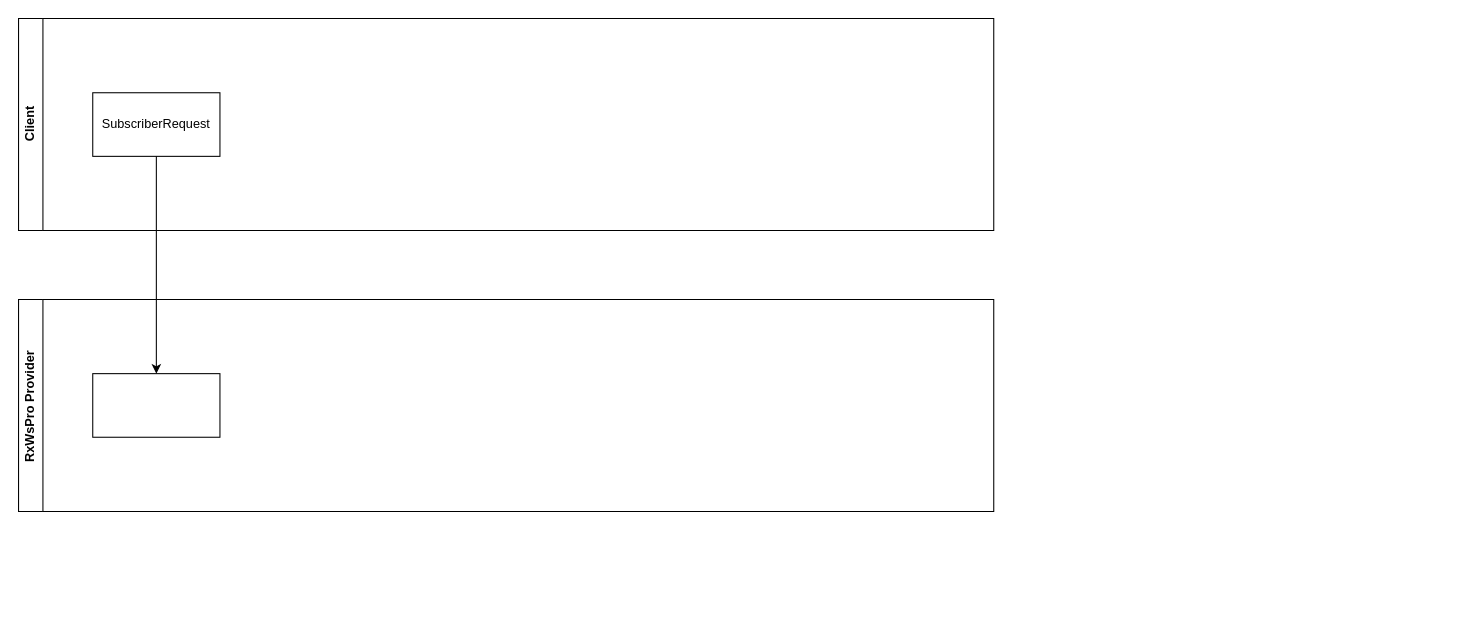
The draw.io diagram schema/reactive-websocket-protocol-schemas.drawio in Nurislom373/Nimble, before the edit. Source tidied: cells renumbered, new cells numbered last; positions are measured from the earlier drawing's top-left corner, leaving out a move shared by most shapes. Both pictures are drawn from the tidied source at 106%, with x=0, y=0 at pixel (18, 18).
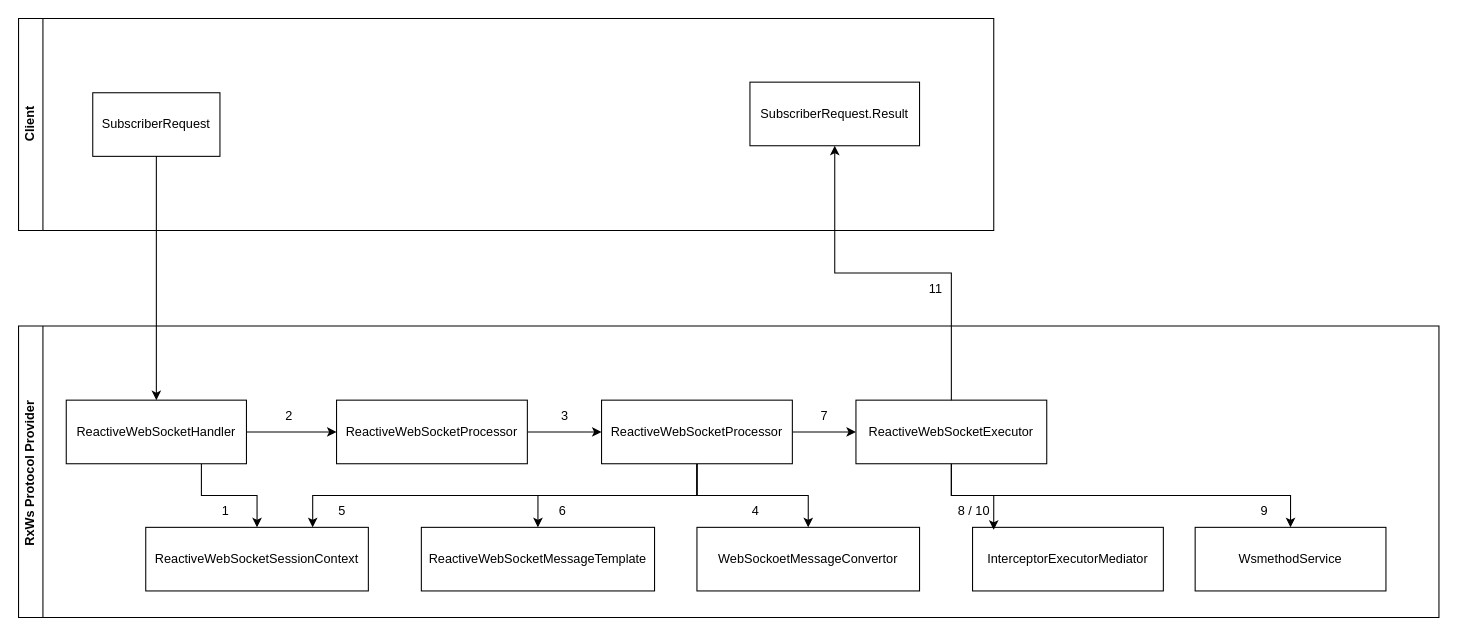
The same diagram, later.

Commit message (it also covers changes not shown here):
добавлен draw.io schema. #08-18

Unchanged cells that the change refers to:
```xml
<mxCell id="2" value="Client" style="swimlane;horizontal=0;whiteSpace=wrap;html=1;" parent="1" vertex="1">
  <mxGeometry width="920" height="200" as="geometry" />
</mxCell>
```

Change to the diagram source:
```diff
@@
+    <mxCell id="7" value="SubscriberRequest.Result" style="rounded=0;whiteSpace=wrap;html=1;" parent="2" vertex="1">
+      <mxGeometry x="690" y="60" width="160" height="60" as="geometry" />
+    </mxCell>
-    <mxCell id="4" value="RxWsPro Provider&amp;nbsp;" style="swimlane;horizontal=0;whiteSpace=wrap;html=1;" parent="1" vertex="1">
-      <mxGeometry y="265" width="920" height="200" as="geometry" />
+    <mxCell id="4" value="RxWs Protocol Provider&amp;nbsp;" style="swimlane;horizontal=0;whiteSpace=wrap;html=1;" parent="1" vertex="1">
+      <mxGeometry y="290" width="1340" height="275" as="geometry" />
     </mxCell>
+    <mxCell id="8" style="edgeStyle=orthogonalEdgeStyle;rounded=0;jettySize=auto;html=1;exitX=0.75;exitY=1;exitDx=0;exitDy=0;" parent="4" edge="1" source="5" target="10">
+      <mxGeometry relative="1" as="geometry" />
+    </mxCell>
+    <mxCell id="9" style="edgeStyle=orthogonalEdgeStyle;rounded=0;jettySize=auto;html=1;entryX=0;entryY=0.5;entryDx=0;entryDy=0;" parent="4" edge="1" source="5" target="12">
+      <mxGeometry relative="1" as="geometry" />
+    </mxCell>
-    <mxCell id="5" style="rounded=0;whiteSpace=wrap;html=1;" parent="4" vertex="1">
-      <mxGeometry x="70" y="70" width="120" height="60" as="geometry" />
+    <mxCell id="5" value="ReactiveWebSocketHandler" style="rounded=0;whiteSpace=wrap;html=1;" parent="4" vertex="1">
+      <mxGeometry x="45" y="70" width="170" height="60" as="geometry" />
     </mxCell>
+    <mxCell id="10" value="ReactiveWebSocketSessionContext" style="rounded=0;whiteSpace=wrap;html=1;" parent="4" vertex="1">
+      <mxGeometry x="120" y="190" width="210" height="60" as="geometry" />
+    </mxCell>
+    <mxCell id="11" style="edgeStyle=orthogonalEdgeStyle;rounded=0;jettySize=auto;html=1;entryX=0;entryY=0.5;entryDx=0;entryDy=0;" parent="4" edge="1" source="12" target="19">
+      <mxGeometry relative="1" as="geometry" />
+    </mxCell>
+    <mxCell id="12" value="ReactiveWebSocketProcessor" style="rounded=0;whiteSpace=wrap;html=1;" parent="4" vertex="1">
+      <mxGeometry x="300" y="70" width="180" height="60" as="geometry" />
+    </mxCell>
+    <mxCell id="13" value="1" style="text;html=1;align=center;verticalAlign=middle;strokeColor=none;fillColor=none;" parent="4" vertex="1">
+      <mxGeometry x="180" y="160" width="30" height="30" as="geometry" />
+    </mxCell>
+    <mxCell id="14" value="2" style="text;html=1;align=center;verticalAlign=middle;strokeColor=none;fillColor=none;" parent="4" vertex="1">
+      <mxGeometry x="240" y="70" width="30" height="30" as="geometry" />
+    </mxCell>
+    <mxCell id="15" style="edgeStyle=orthogonalEdgeStyle;rounded=0;jettySize=auto;html=1;entryX=0;entryY=0.5;entryDx=0;entryDy=0;" parent="4" edge="1" source="19" target="22">
+      <mxGeometry relative="1" as="geometry" />
+    </mxCell>
+    <mxCell id="16" style="edgeStyle=orthogonalEdgeStyle;rounded=0;jettySize=auto;html=1;entryX=0.5;entryY=0;entryDx=0;entryDy=0;" parent="4" edge="1" source="19" target="24">
+      <mxGeometry relative="1" as="geometry" />
+    </mxCell>
+    <mxCell id="17" style="edgeStyle=orthogonalEdgeStyle;rounded=0;jettySize=auto;html=1;entryX=0.75;entryY=0;entryDx=0;entryDy=0;" parent="4" edge="1" source="19" target="10">
+      <mxGeometry relative="1" as="geometry">
+        <Array as="points">
+          <mxPoint x="640" y="160" />
+          <mxPoint x="278" y="160" />
+        </Array>
+      </mxGeometry>
+    </mxCell>
+    <mxCell id="18" style="edgeStyle=orthogonalEdgeStyle;rounded=0;jettySize=auto;html=1;entryX=0.5;entryY=0;entryDx=0;entryDy=0;" parent="4" edge="1" source="19" target="23">
+      <mxGeometry relative="1" as="geometry" />
+    </mxCell>
+    <mxCell id="19" value="ReactiveWebSocketProcessor" style="rounded=0;whiteSpace=wrap;html=1;" parent="4" vertex="1">
+      <mxGeometry x="550" y="70" width="180" height="60" as="geometry" />
+    </mxCell>
+    <mxCell id="20" value="3" style="text;html=1;align=center;verticalAlign=middle;strokeColor=none;fillColor=none;" parent="4" vertex="1">
+      <mxGeometry x="500" y="70" width="30" height="30" as="geometry" />
+    </mxCell>
+    <mxCell id="21" style="edgeStyle=orthogonalEdgeStyle;rounded=0;jettySize=auto;html=1;entryX=0.5;entryY=0;entryDx=0;entryDy=0;" parent="4" edge="1" source="22" target="32">
+      <mxGeometry relative="1" as="geometry">
+        <Array as="points">
+          <mxPoint x="880" y="160" />
+          <mxPoint x="1200" y="160" />
+        </Array>
+      </mxGeometry>
+    </mxCell>
+    <mxCell id="22" value="ReactiveWebSocketExecutor" style="rounded=0;whiteSpace=wrap;html=1;" parent="4" vertex="1">
+      <mxGeometry x="790" y="70" width="180" height="60" as="geometry" />
+    </mxCell>
+    <mxCell id="23" value="ReactiveWebSocketMessageTemplate" style="rounded=0;whiteSpace=wrap;html=1;" parent="4" vertex="1">
+      <mxGeometry x="380" y="190" width="220" height="60" as="geometry" />
+    </mxCell>
+    <mxCell id="24" value="WebSockoetMessageConvertor" style="rounded=0;whiteSpace=wrap;html=1;" parent="4" vertex="1">
+      <mxGeometry x="640" y="190" width="210" height="60" as="geometry" />
+    </mxCell>
+    <mxCell id="25" value="4" style="text;html=1;align=center;verticalAlign=middle;strokeColor=none;fillColor=none;" parent="4" vertex="1">
+      <mxGeometry x="680" y="160" width="30" height="30" as="geometry" />
+    </mxCell>
+    <mxCell id="26" value="5" style="text;html=1;align=center;verticalAlign=middle;strokeColor=none;fillColor=none;" parent="4" vertex="1">
+      <mxGeometry x="290" y="160" width="30" height="30" as="geometry" />
+    </mxCell>
+    <mxCell id="27" value="6" style="text;html=1;align=center;verticalAlign=middle;strokeColor=none;fillColor=none;" parent="4" vertex="1">
+      <mxGeometry x="498" y="160" width="30" height="30" as="geometry" />
+    </mxCell>
+    <mxCell id="28" value="7" style="text;html=1;align=center;verticalAlign=middle;strokeColor=none;fillColor=none;" parent="4" vertex="1">
+      <mxGeometry x="745" y="70" width="30" height="30" as="geometry" />
+    </mxCell>
+    <mxCell id="29" value="InterceptorExecutorMediator" style="rounded=0;whiteSpace=wrap;html=1;" parent="4" vertex="1">
+      <mxGeometry x="900" y="190" width="180" height="60" as="geometry" />
+    </mxCell>
+    <mxCell id="30" style="edgeStyle=orthogonalEdgeStyle;rounded=0;jettySize=auto;html=1;entryX=0.111;entryY=0.039;entryDx=0;entryDy=0;entryPerimeter=0;" parent="4" edge="1" source="22" target="29">
+      <mxGeometry relative="1" as="geometry" />
+    </mxCell>
+    <mxCell id="31" value="8 / 10" style="text;html=1;align=center;verticalAlign=middle;strokeColor=none;fillColor=none;" parent="4" vertex="1">
+      <mxGeometry x="876" y="160" width="50" height="30" as="geometry" />
+    </mxCell>
+    <mxCell id="32" value="WsmethodService" style="rounded=0;whiteSpace=wrap;html=1;" parent="4" vertex="1">
+      <mxGeometry x="1110" y="190" width="180" height="60" as="geometry" />
+    </mxCell>
+    <mxCell id="33" value="9" style="text;html=1;align=center;verticalAlign=middle;strokeColor=none;fillColor=none;" parent="4" vertex="1">
+      <mxGeometry x="1160" y="160" width="30" height="30" as="geometry" />
+    </mxCell>
@@
+    <mxCell id="34" style="edgeStyle=orthogonalEdgeStyle;rounded=0;jettySize=auto;html=1;entryX=0.5;entryY=1;entryDx=0;entryDy=0;" parent="1" edge="1" source="22" target="7">
+      <mxGeometry relative="1" as="geometry" />
+    </mxCell>
+    <mxCell id="35" value="11" style="text;html=1;align=center;verticalAlign=middle;strokeColor=none;fillColor=none;" parent="1" vertex="1">
+      <mxGeometry x="845" y="240" width="40" height="30" as="geometry" />
+    </mxCell>
```
